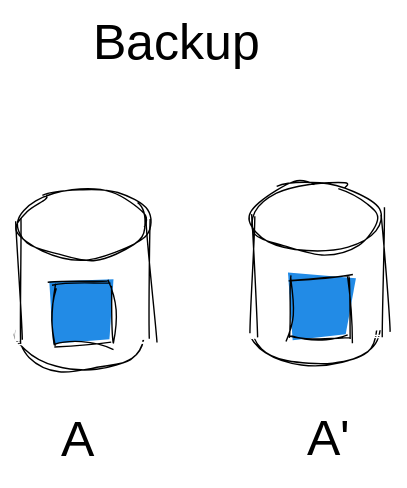
The Excalidraw diagram async-work/images/backup.svg in sinedied/talks, before a commit. Source tidied: one line per element, renumbered; positions are measured from the earlier drawing's top-left corner, leaving out a move shared by most shapes. Source of this version:
```json
{"id": 0, "type": "text", "text": "Backup", "strokeColor": "#000000", "strokeWidth": 1, "roughness": 2, "fontSize": 36, "fontFamily": 1, "textAlign": "center", "x": 54, "y": 0, "width": 124, "height": 45}
{"id": 1, "type": "ellipse", "strokeColor": "#000000", "backgroundColor": "#fff", "fillStyle": "solid", "strokeWidth": 1, "roughness": 2, "x": 2, "y": 125, "width": 92, "height": 51}
{"id": 2, "type": "ellipse", "strokeColor": "#000000", "backgroundColor": "#fff", "fillStyle": "solid", "strokeWidth": 1, "roughness": 2, "x": 2, "y": 204, "width": 92, "height": 51}
{"id": 3, "type": "rectangle", "strokeColor": "#fff", "backgroundColor": "#fff", "fillStyle": "solid", "strokeWidth": 1, "roughness": 2, "x": 0, "y": 184, "width": 104, "height": 49}
{"id": 4, "type": "line", "strokeColor": "#000000", "backgroundColor": "#fff", "fillStyle": "solid", "strokeWidth": 1, "roughness": 2, "x": 4, "y": 147, "width": 0, "height": 87, "points": [[0, 0], [0, 87]]}
{"id": 5, "type": "line", "strokeColor": "#000000", "backgroundColor": "#fff", "fillStyle": "solid", "strokeWidth": 1, "roughness": 2, "x": 96, "y": 145, "width": 2, "height": 89, "points": [[0, 0], [2, 89]]}
{"id": 6, "type": "ellipse", "strokeColor": "#000000", "backgroundColor": "#fff", "fillStyle": "solid", "strokeWidth": 1, "roughness": 2, "x": 169, "y": 120, "width": 92, "height": 51}
{"id": 7, "type": "ellipse", "strokeColor": "#000000", "backgroundColor": "#fff", "fillStyle": "solid", "strokeWidth": 1, "roughness": 2, "x": 168, "y": 199, "width": 92, "height": 51}
{"id": 8, "type": "rectangle", "strokeColor": "#fff", "backgroundColor": "#fff", "fillStyle": "solid", "strokeWidth": 1, "roughness": 2, "x": 166, "y": 179, "width": 104, "height": 49}
{"id": 9, "type": "line", "strokeColor": "#000000", "backgroundColor": "#fff", "fillStyle": "solid", "strokeWidth": 1, "roughness": 2, "x": 170, "y": 143, "width": 0, "height": 87, "points": [[0, 0], [0, 87]]}
{"id": 10, "type": "line", "strokeColor": "#000000", "backgroundColor": "#fff", "fillStyle": "solid", "strokeWidth": 1, "roughness": 2, "x": 263, "y": 140, "width": 2, "height": 89, "points": [[0, 0], [2, 89]]}
{"id": 11, "type": "text", "text": "A", "strokeColor": "#000000", "strokeWidth": 1, "roughness": 2, "fontSize": 36, "fontFamily": 1, "textAlign": "center", "x": 33, "y": 284, "width": 24, "height": 45}
{"id": 12, "type": "text", "text": "A'", "strokeColor": "#000000", "strokeWidth": 1, "roughness": 2, "fontSize": 36, "fontFamily": 1, "textAlign": "center", "x": 208, "y": 283, "width": 33, "height": 45}
{"id": 13, "type": "rectangle", "strokeColor": "#000000", "backgroundColor": "#228be6", "fillStyle": "solid", "strokeWidth": 1, "roughness": 2, "x": 28, "y": 193, "width": 43, "height": 43}
{"id": 14, "type": "rectangle", "strokeColor": "#000000", "backgroundColor": "#228be6", "fillStyle": "solid", "strokeWidth": 1, "roughness": 2, "x": 198, "y": 189, "width": 43, "height": 43}
```
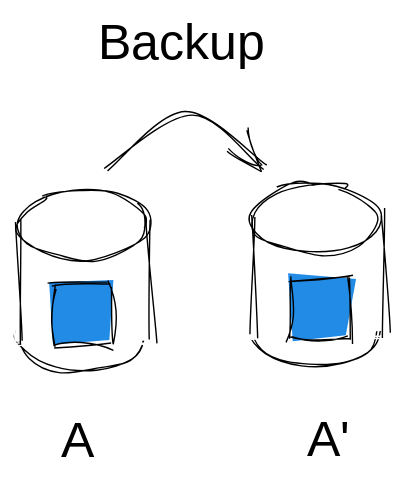
Above is the later version.

Change to the diagram source:
```diff
@@ -1,4 +1,4 @@
-{"id": 0, "type": "text", "text": "Backup", "strokeColor": "#000000", "strokeWidth": 1, "roughness": 2, "fontSize": 36, "fontFamily": 1, "textAlign": "center", "x": 54, "y": 0, "width": 124, "height": 45}
+{"id": 0, "type": "text", "text": "Backup", "strokeColor": "#000000", "strokeWidth": 1, "roughness": 2, "fontSize": 36, "fontFamily": 1, "textAlign": "center", "x": 58, "y": 0, "width": 124, "height": 45}
 {"id": 1, "type": "ellipse", "strokeColor": "#000000", "backgroundColor": "#fff", "fillStyle": "solid", "strokeWidth": 1, "roughness": 2, "x": 2, "y": 125, "width": 92, "height": 51}
 {"id": 2, "type": "ellipse", "strokeColor": "#000000", "backgroundColor": "#fff", "fillStyle": "solid", "strokeWidth": 1, "roughness": 2, "x": 2, "y": 204, "width": 92, "height": 51}
 {"id": 3, "type": "rectangle", "strokeColor": "#fff", "backgroundColor": "#fff", "fillStyle": "solid", "strokeWidth": 1, "roughness": 2, "x": 0, "y": 184, "width": 104, "height": 49}
@@ -13,3 +13,4 @@
 {"id": 12, "type": "text", "text": "A'", "strokeColor": "#000000", "strokeWidth": 1, "roughness": 2, "fontSize": 36, "fontFamily": 1, "textAlign": "center", "x": 208, "y": 283, "width": 33, "height": 45}
 {"id": 13, "type": "rectangle", "strokeColor": "#000000", "backgroundColor": "#228be6", "fillStyle": "solid", "strokeWidth": 1, "roughness": 2, "x": 28, "y": 193, "width": 43, "height": 43}
 {"id": 14, "type": "rectangle", "strokeColor": "#000000", "backgroundColor": "#228be6", "fillStyle": "solid", "strokeWidth": 1, "roughness": 2, "x": 198, "y": 189, "width": 43, "height": 43}
+{"id": 15, "type": "arrow", "strokeColor": "#000000", "backgroundColor": "#fab005", "fillStyle": "solid", "strokeWidth": 1, "roughness": 2, "x": 65, "y": 110, "width": 116, "height": 39, "points": [[0, 0], [59, -39], [116, -2]]}
```
